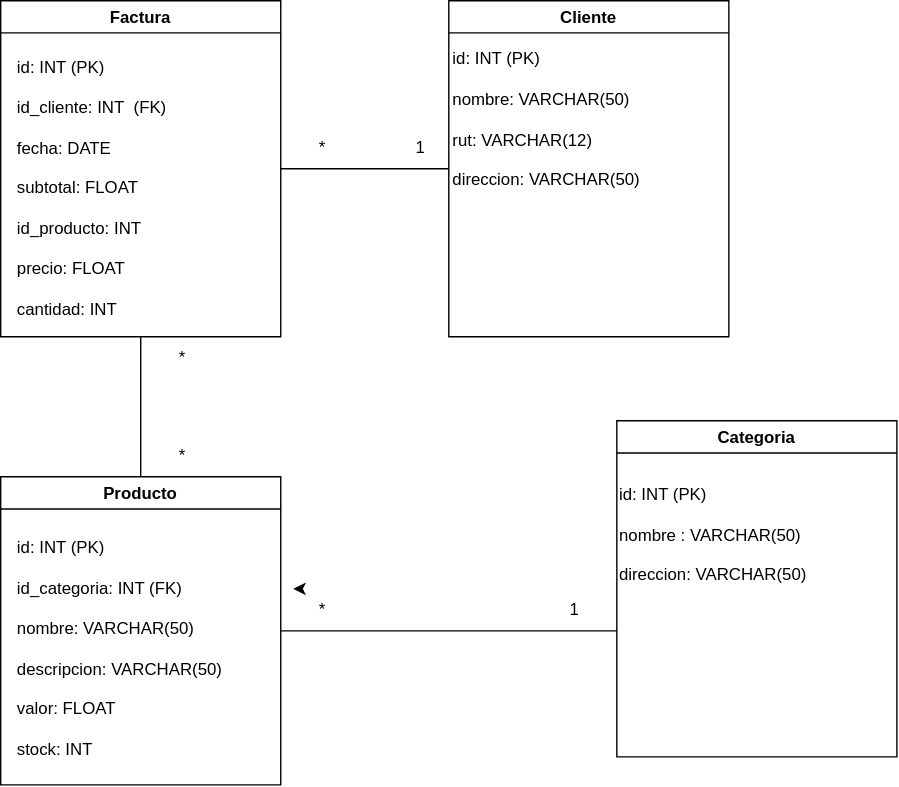
Earlier version of the draw.io export Modelo_Fisico_LTG.drawio.svg (latiscool/Tienda-Electronica---LTG). Source tidied: cells renumbered, new cells last; positions are measured from the earlier drawing's top-left corner, leaving out a move shared by most shapes.
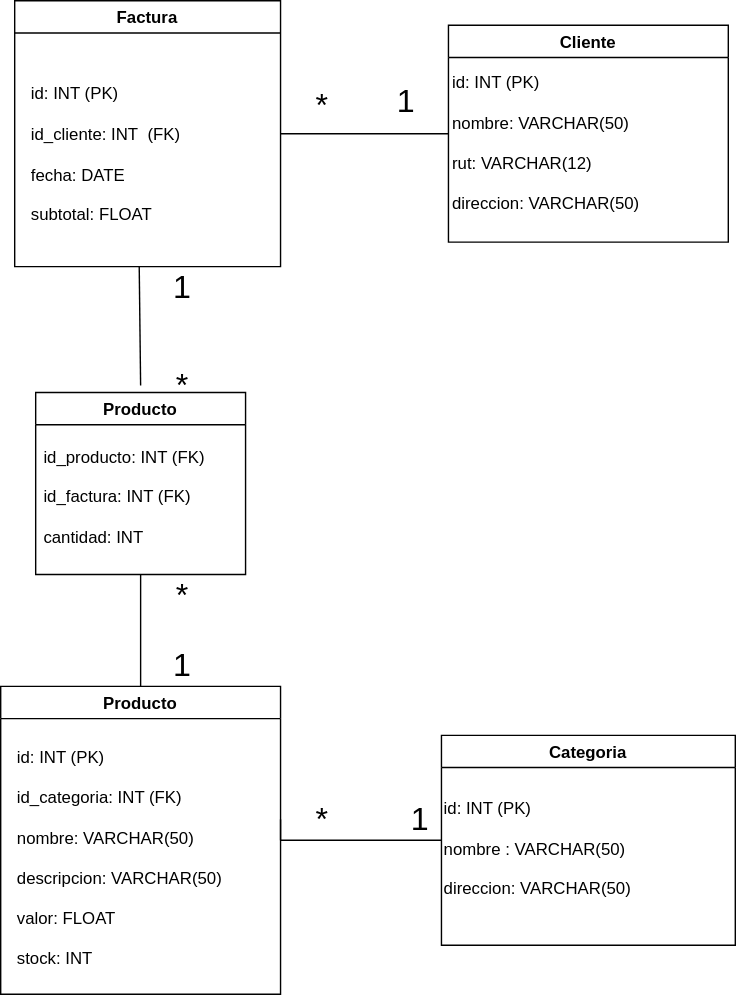
The same file after the commit.

What changed in the source:
```diff
@@ -3,62 +3,79 @@
     <mxCell id="0" />
     <mxCell id="1" parent="0" />
     <mxCell id="2" value="Factura" style="swimlane;" parent="1" vertex="1">
-      <mxGeometry width="200" height="240" as="geometry" />
+      <mxGeometry x="10" y="50" width="190" height="190" as="geometry" />
     </mxCell>
-    <mxCell id="3" value="id: INT (PK)&amp;nbsp; &amp;nbsp; &amp;nbsp; &amp;nbsp; &amp;nbsp; &amp;nbsp;&amp;nbsp;&lt;br&gt;&lt;br&gt;id_cliente: INT&amp;nbsp; (FK)&amp;nbsp;&lt;br&gt;&lt;br&gt;fecha: DATE&lt;br&gt;&lt;br&gt;subtotal: FLOAT&lt;br&gt;&lt;br&gt;id_producto: INT&lt;br&gt;&lt;br&gt;precio: FLOAT&lt;br&gt;&lt;br&gt;cantidad: INT" style="text;html=1;strokeColor=none;fillColor=none;align=left;verticalAlign=middle;whiteSpace=wrap;rounded=0;" parent="2" vertex="1">
-      <mxGeometry x="10" y="27" width="140" height="213" as="geometry" />
+    <mxCell id="3" value="id: INT (PK)&amp;nbsp; &amp;nbsp; &amp;nbsp; &amp;nbsp; &amp;nbsp; &amp;nbsp;&amp;nbsp;&lt;br&gt;&lt;br&gt;id_cliente: INT&amp;nbsp; (FK)&amp;nbsp;&lt;br&gt;&lt;br&gt;fecha: DATE&lt;br&gt;&lt;br&gt;subtotal: FLOAT&lt;br&gt;" style="text;html=1;strokeColor=none;fillColor=none;align=left;verticalAlign=middle;whiteSpace=wrap;rounded=0;" parent="2" vertex="1">
+      <mxGeometry x="10" y="39" width="150" height="141" as="geometry" />
     </mxCell>
     <mxCell id="4" style="endArrow=none;html=1;rounded=0;exitX=1;exitY=0.5;exitDx=0;exitDy=0;" parent="1" edge="1" source="2" target="5">
       <mxGeometry relative="1" as="geometry" />
     </mxCell>
     <mxCell id="5" value="Cliente" style="swimlane;" parent="1" vertex="1">
-      <mxGeometry x="320" width="200" height="240" as="geometry" />
+      <mxGeometry x="320" y="67.5" width="200" height="155" as="geometry" />
     </mxCell>
     <mxCell id="6" value="id: INT (PK)&lt;br&gt;&amp;nbsp; &amp;nbsp; &amp;nbsp; &amp;nbsp; &amp;nbsp; &amp;nbsp;&amp;nbsp;&lt;br&gt;nombre: VARCHAR(50)&lt;br&gt;&lt;br&gt;rut: VARCHAR(12)&lt;br&gt;&lt;br&gt;direccion: VARCHAR(50)" style="text;html=1;strokeColor=none;fillColor=none;align=left;verticalAlign=middle;whiteSpace=wrap;rounded=0;" parent="5" vertex="1">
       <mxGeometry x="1" y="39" width="149" height="91.5" as="geometry" />
     </mxCell>
-    <mxCell id="7" value="*" style="text;html=1;strokeColor=none;fillColor=none;align=center;verticalAlign=middle;whiteSpace=wrap;rounded=0;" parent="1" vertex="1">
-      <mxGeometry x="200" y="90" width="60" height="30" as="geometry" />
+    <mxCell id="7" value="*" style="text;html=1;strokeColor=none;fillColor=none;align=center;verticalAlign=middle;whiteSpace=wrap;rounded=0;fontSize=23;" parent="1" vertex="1">
+      <mxGeometry x="200" y="110" width="60" height="30" as="geometry" />
     </mxCell>
-    <mxCell id="8" value="1" style="text;html=1;strokeColor=none;fillColor=none;align=center;verticalAlign=middle;whiteSpace=wrap;rounded=0;" parent="1" vertex="1">
-      <mxGeometry x="270" y="90" width="60" height="30" as="geometry" />
+    <mxCell id="8" value="1" style="text;html=1;strokeColor=none;fillColor=none;align=center;verticalAlign=middle;whiteSpace=wrap;rounded=0;fontSize=23;" parent="1" vertex="1">
+      <mxGeometry x="260" y="107" width="60" height="30" as="geometry" />
     </mxCell>
-    <mxCell id="9" style="endArrow=none;html=1;rounded=0;exitX=0.5;exitY=0;exitDx=0;exitDy=0;" parent="1" edge="1" source="10">
-      <mxGeometry relative="1" as="geometry">
-        <mxPoint x="100" y="240" as="targetPoint" />
-      </mxGeometry>
+    <mxCell id="9" style="endArrow=none;html=1;rounded=0;exitX=0.5;exitY=0;exitDx=0;exitDy=0;entryX=0.5;entryY=1;entryDx=0;entryDy=0;" parent="1" edge="1" source="10" target="20">
+      <mxGeometry relative="1" as="geometry" />
     </mxCell>
     <mxCell id="10" value="Producto" style="swimlane;startSize=23;" parent="1" vertex="1">
-      <mxGeometry y="340" width="200" height="220" as="geometry" />
+      <mxGeometry y="540" width="200" height="220" as="geometry" />
     </mxCell>
     <mxCell id="11" value="id: INT (PK)&amp;nbsp; &amp;nbsp; &amp;nbsp; &amp;nbsp; &amp;nbsp; &amp;nbsp;&amp;nbsp;&lt;br&gt;&lt;br&gt;id_categoria: INT (FK)&lt;br&gt;&lt;br&gt;nombre: VARCHAR(50)&lt;br&gt;&lt;br&gt;descripcion: VARCHAR(50)&lt;br&gt;&lt;br&gt;valor: FLOAT&lt;br&gt;&lt;br&gt;stock: INT" style="text;html=1;strokeColor=none;fillColor=none;align=left;verticalAlign=middle;whiteSpace=wrap;rounded=0;" parent="10" vertex="1">
       <mxGeometry x="10" y="25" width="160" height="195" as="geometry" />
     </mxCell>
-    <mxCell id="12" value="*" style="text;html=1;strokeColor=none;fillColor=none;align=center;verticalAlign=middle;whiteSpace=wrap;rounded=0;" parent="1" vertex="1">
-      <mxGeometry x="100" y="240" width="60" height="30" as="geometry" />
-    </mxCell>
-    <mxCell id="13" value="*" style="text;html=1;strokeColor=none;fillColor=none;align=center;verticalAlign=middle;whiteSpace=wrap;rounded=0;" parent="1" vertex="1">
+    <mxCell id="13" value="&lt;font style=&quot;font-size: 23px&quot;&gt;*&lt;/font&gt;" style="text;html=1;strokeColor=none;fillColor=none;align=center;verticalAlign=middle;whiteSpace=wrap;rounded=0;" parent="1" vertex="1">
       <mxGeometry x="100" y="310" width="60" height="30" as="geometry" />
     </mxCell>
     <mxCell id="14" value="Categoria" style="swimlane;" parent="1" vertex="1">
-      <mxGeometry x="440" y="300" width="200" height="240" as="geometry" />
+      <mxGeometry x="315" y="575" width="210" height="150" as="geometry" />
     </mxCell>
     <mxCell id="15" value="&amp;nbsp; &amp;nbsp; &amp;nbsp; &amp;nbsp; &amp;nbsp; &amp;nbsp;&lt;br&gt;id: INT (PK)&lt;br&gt;&lt;br&gt;nombre : VARCHAR(50)&lt;br&gt;&lt;br&gt;direccion: VARCHAR(50)" style="text;html=1;strokeColor=none;fillColor=none;align=left;verticalAlign=middle;whiteSpace=wrap;rounded=0;" parent="14" vertex="1">
       <mxGeometry y="28.5" width="149" height="91.5" as="geometry" />
     </mxCell>
-    <mxCell id="16" value="*" style="text;html=1;strokeColor=none;fillColor=none;align=center;verticalAlign=middle;whiteSpace=wrap;rounded=0;" parent="1" vertex="1">
-      <mxGeometry x="200" y="420" width="60" height="30" as="geometry" />
-    </mxCell>
-    <mxCell id="17" value="1" style="text;html=1;strokeColor=none;fillColor=none;align=center;verticalAlign=middle;whiteSpace=wrap;rounded=0;" parent="1" vertex="1">
-      <mxGeometry x="380" y="420" width="60" height="30" as="geometry" />
+    <mxCell id="17" value="1" style="text;html=1;strokeColor=none;fillColor=none;align=center;verticalAlign=middle;whiteSpace=wrap;rounded=0;fontSize=23;" parent="1" vertex="1">
+      <mxGeometry x="100" y="510" width="60" height="30" as="geometry" />
     </mxCell>
-    <mxCell id="18" style="endArrow=none;html=1;rounded=0;exitX=0;exitY=1;exitDx=0;exitDy=0;" parent="1" edge="1" source="16">
+    <mxCell id="18" style="endArrow=none;html=1;rounded=0;entryX=0;entryY=0.5;entryDx=0;entryDy=0;startArrow=none;" parent="1" edge="1" target="14">
       <mxGeometry relative="1" as="geometry">
-        <mxPoint x="440" y="450" as="targetPoint" />
+        <mxPoint x="200" y="650" as="sourcePoint" />
       </mxGeometry>
     </mxCell>
-    <mxCell id="19" style="edgeStyle=orthogonalEdgeStyle;rounded=0;orthogonalLoop=1;jettySize=auto;html=1;exitX=0.25;exitY=0;exitDx=0;exitDy=0;entryX=0.147;entryY=-0.007;entryDx=0;entryDy=0;entryPerimeter=0;" parent="1" edge="1" source="16" target="16">
-      <mxGeometry relative="1" as="geometry" />
-    </mxCell>
+    <mxCell id="20" value="Producto" style="swimlane;startSize=23;" parent="1" vertex="1">
+      <mxGeometry x="25" y="330" width="150" height="130" as="geometry" />
+    </mxCell>
+    <mxCell id="21" value="id_producto: INT (FK)&amp;nbsp;&lt;br&gt;&lt;br&gt;id_factura: INT (FK)&amp;nbsp;&amp;nbsp;&lt;br&gt;&lt;br&gt;cantidad: INT" style="text;html=1;strokeColor=none;fillColor=none;align=left;verticalAlign=middle;whiteSpace=wrap;rounded=0;" parent="20" vertex="1">
+      <mxGeometry x="4" y="30" width="146" height="90" as="geometry" />
+    </mxCell>
+    <mxCell id="22" style="endArrow=none;html=1;rounded=0;exitX=0;exitY=0.5;exitDx=0;exitDy=0;" parent="1" edge="1" source="13">
+      <mxGeometry relative="1" as="geometry">
+        <mxPoint x="99" y="240" as="targetPoint" />
+      </mxGeometry>
+    </mxCell>
+    <mxCell id="23" value="&lt;font style=&quot;font-size: 23px&quot;&gt;*&lt;/font&gt;" style="text;html=1;strokeColor=none;fillColor=none;align=center;verticalAlign=middle;whiteSpace=wrap;rounded=0;" parent="1" vertex="1">
+      <mxGeometry x="100" y="460" width="60" height="30" as="geometry" />
+    </mxCell>
+    <mxCell id="24" value="1" style="text;html=1;strokeColor=none;fillColor=none;align=center;verticalAlign=middle;whiteSpace=wrap;rounded=0;fontSize=23;" parent="1" vertex="1">
+      <mxGeometry x="100" y="240" width="60" height="30" as="geometry" />
+    </mxCell>
+    <mxCell id="25" style="endArrow=none;html=1;rounded=0;exitX=1;exitY=0.5;exitDx=0;exitDy=0;entryX=0;entryY=0.5;entryDx=0;entryDy=0;" parent="1" edge="1" source="10">
+      <mxGeometry relative="1" as="geometry">
+        <mxPoint x="200" y="635" as="targetPoint" />
+      </mxGeometry>
+    </mxCell>
+    <mxCell id="26" value="1" style="text;html=1;strokeColor=none;fillColor=none;align=center;verticalAlign=middle;whiteSpace=wrap;rounded=0;fontSize=23;" parent="1" vertex="1">
+      <mxGeometry x="270" y="620" width="60" height="30" as="geometry" />
+    </mxCell>
+    <mxCell id="27" value="&lt;font style=&quot;font-size: 23px&quot;&gt;*&lt;/font&gt;" style="text;html=1;strokeColor=none;fillColor=none;align=center;verticalAlign=middle;whiteSpace=wrap;rounded=0;" parent="1" vertex="1">
+      <mxGeometry x="200" y="620" width="60" height="30" as="geometry" />
+    </mxCell>
   </root>
 </mxGraphModel>
```
